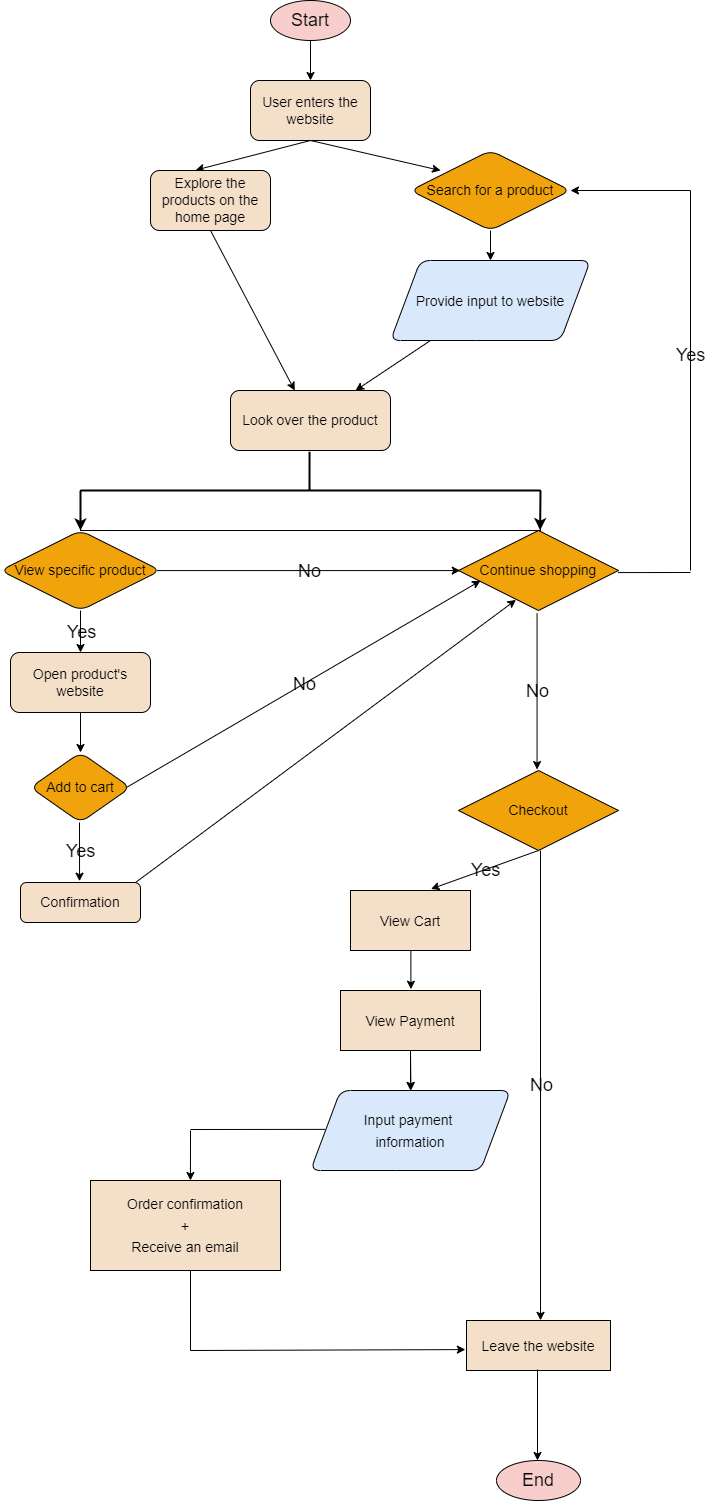
The draw.io diagram explore/diagramming/diagram.drawio.png in minhnhat1901/sp23-cse110-lab4, before a commit. Source tidied: cells renumbered, new cells last; positions are measured from the earlier drawing's top-left corner, leaving out a move shared by most shapes.
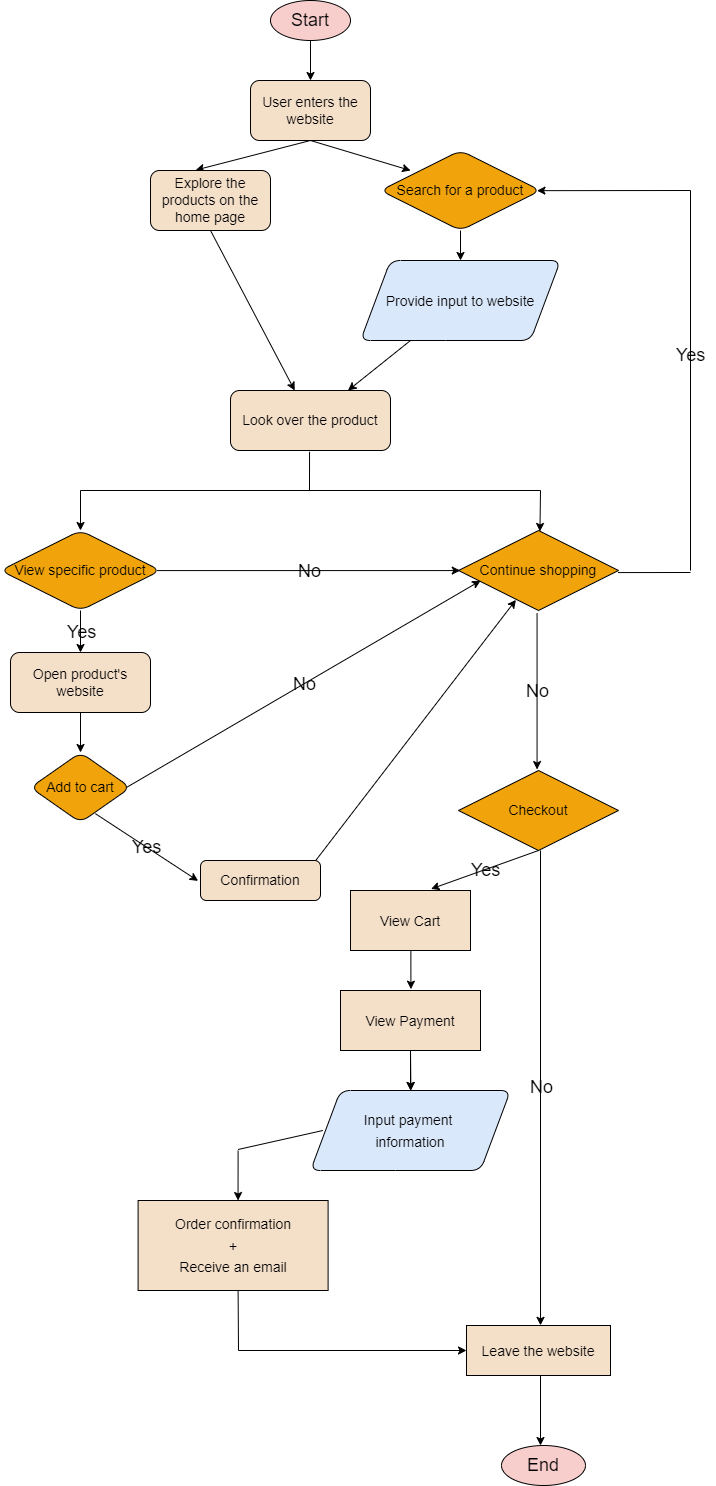
After the commit.

The edit, as a diff of the source:
```diff
@@ -18,7 +18,7 @@
       <mxGeometry x="250" y="80" width="120" height="60" as="geometry" />
     </mxCell>
     <mxCell id="6" value="&lt;font style=&quot;font-size: 14px;&quot; color=&quot;#000000&quot;&gt;Search for a product&lt;/font&gt;" style="rhombus;whiteSpace=wrap;html=1;rounded=1;strokeColor=#000000;fontFamily=Helvetica;fontSize=12;fontColor=#000000;fillColor=#f0a30a;" parent="1" vertex="1">
-      <mxGeometry x="410" y="150" width="160" height="80" as="geometry" />
+      <mxGeometry x="380" y="150" width="160" height="80" as="geometry" />
     </mxCell>
     <mxCell id="7" style="endArrow=classic;html=1;strokeColor=#000000;fontFamily=Helvetica;fontSize=12;fontColor=#000000;exitX=0.5;exitY=1;exitDx=0;exitDy=0;entryX=0.5;entryY=0;entryDx=0;entryDy=0;rounded=1;" parent="1" edge="1" source="6" target="9">
       <mxGeometry relative="1" as="geometry" />
@@ -27,7 +27,7 @@
       <mxGeometry relative="1" as="geometry" />
     </mxCell>
     <mxCell id="9" value="&lt;font color=&quot;#000000&quot; style=&quot;font-size: 14px;&quot;&gt;Provide input to website&lt;/font&gt;" style="shape=parallelogram;perimeter=parallelogramPerimeter;whiteSpace=wrap;html=1;fixedSize=1;rounded=1;strokeColor=#000000;fontFamily=Helvetica;fontSize=18;fillColor=#dae8fc;shadow=0;size=30;" parent="1" vertex="1">
-      <mxGeometry x="390" y="260" width="200" height="80" as="geometry" />
+      <mxGeometry x="360" y="260" width="200" height="80" as="geometry" />
     </mxCell>
     <mxCell id="10" style="endArrow=classic;html=1;strokeColor=#000000;fontFamily=Helvetica;fontSize=14;fontColor=#000000;entryX=0.377;entryY=-0.007;entryDx=0;entryDy=0;entryPerimeter=0;rounded=1;" parent="1" edge="1" target="21">
       <mxGeometry relative="1" as="geometry">
@@ -48,10 +48,8 @@
     <mxCell id="14" value="&lt;font style=&quot;font-size: 14px;&quot; color=&quot;#000000&quot;&gt;Add to cart&lt;/font&gt;" style="rhombus;whiteSpace=wrap;html=1;rounded=1;strokeColor=#000000;fontFamily=Helvetica;fontSize=12;fontColor=#000000;fillColor=#f0a30a;" parent="1" vertex="1">
       <mxGeometry x="30" y="752" width="100" height="70" as="geometry" />
     </mxCell>
-    <mxCell id="15" style="endArrow=classic;html=1;strokeColor=#000000;fontFamily=Helvetica;fontSize=12;fontColor=#000000;entryX=0.492;entryY=-0.033;entryDx=0;entryDy=0;entryPerimeter=0;rounded=1;" parent="1" edge="1" target="18">
-      <mxGeometry relative="1" as="geometry">
-        <mxPoint x="79" y="822" as="sourcePoint" />
-      </mxGeometry>
+    <mxCell id="15" style="endArrow=classic;html=1;strokeColor=#000000;fontFamily=Helvetica;fontSize=12;fontColor=#000000;entryX=-0.02;entryY=0.51;entryDx=0;entryDy=0;entryPerimeter=0;rounded=1;exitX=0.649;exitY=0.874;exitDx=0;exitDy=0;exitPerimeter=0;" parent="1" edge="1" source="14" target="18">
+      <mxGeometry relative="1" as="geometry" />
     </mxCell>
     <mxCell id="16" value="&lt;span style=&quot;&quot;&gt;&lt;font style=&quot;font-size: 18px;&quot;&gt;Yes&lt;/font&gt;&lt;/span&gt;" style="edgeLabel;html=1;align=center;verticalAlign=middle;rounded=1;strokeColor=#000000;fontFamily=Helvetica;fontSize=12;fontColor=#000000;fillColor=#f8cecc;labelBorderColor=none;labelBackgroundColor=none;" parent="15" vertex="1">
       <mxGeometry relative="1" as="geometry" />
@@ -60,7 +58,7 @@
       <mxGeometry relative="1" as="geometry" />
     </mxCell>
     <mxCell id="18" value="&lt;font color=&quot;#000000&quot;&gt;&lt;font style=&quot;font-size: 14px;&quot;&gt;Confirmation&lt;/font&gt;&lt;br&gt;&lt;/font&gt;" style="rounded=1;whiteSpace=wrap;html=1;shadow=0;glass=0;strokeColor=#000000;fillColor=#f4dfc8;fillStyle=solid;strokeWidth=1;" parent="1" vertex="1">
-      <mxGeometry x="20" y="882" width="120" height="40" as="geometry" />
+      <mxGeometry x="200" y="860" width="120" height="40" as="geometry" />
     </mxCell>
     <mxCell id="19" style="endArrow=classic;html=1;strokeColor=#000000;fontFamily=Helvetica;fontSize=12;fontColor=#000000;rounded=1;exitX=0.964;exitY=0.496;exitDx=0;exitDy=0;exitPerimeter=0;entryX=0.138;entryY=0.627;entryDx=0;entryDy=0;entryPerimeter=0;" parent="1" edge="1" source="14" target="26">
       <mxGeometry relative="1" as="geometry" />
@@ -86,6 +84,11 @@
     <mxCell id="25" value="&lt;font color=&quot;#000000&quot;&gt;&lt;font style=&quot;font-size: 14px;&quot;&gt;Open product's website&lt;/font&gt;&lt;br&gt;&lt;/font&gt;" style="rounded=1;whiteSpace=wrap;html=1;shadow=0;glass=0;strokeColor=#000000;fillColor=#f4dfc8;fillStyle=solid;strokeWidth=1;" parent="1" vertex="1">
       <mxGeometry x="10" y="652" width="140" height="60" as="geometry" />
     </mxCell>
+    <mxCell id="62" style="edgeStyle=none;html=1;strokeColor=#000000;strokeWidth=1;" parent="1" edge="1" source="26">
+      <mxGeometry relative="1" as="geometry">
+        <mxPoint x="538" y="530" as="targetPoint" />
+      </mxGeometry>
+    </mxCell>
     <mxCell id="26" value="&lt;font style=&quot;font-size: 14px;&quot; color=&quot;#000000&quot;&gt;Continue shopping&lt;/font&gt;" style="rhombus;whiteSpace=wrap;html=1;rounded=0;strokeColor=#000000;fontFamily=Helvetica;fontSize=12;fontColor=#000000;fillColor=#f0a30a;" parent="1" vertex="1">
       <mxGeometry x="458" y="530" width="160" height="80" as="geometry" />
     </mxCell>
@@ -109,43 +112,14 @@
         <mxPoint as="targetPoint" />
       </mxGeometry>
     </mxCell>
-    <mxCell id="32" style="endArrow=classic;html=1;rounded=1;strokeColor=#000000;" parent="29" edge="1">
+    <mxCell id="32" style="endArrow=classic;html=1;rounded=1;strokeColor=#000000;entryX=0.978;entryY=0.502;entryDx=0;entryDy=0;entryPerimeter=0;" parent="29" edge="1" target="6">
       <mxGeometry relative="1" as="geometry">
         <mxPoint as="sourcePoint" />
-        <mxPoint x="-120" as="targetPoint" />
       </mxGeometry>
     </mxCell>
     <mxCell id="33" value="&lt;font style=&quot;font-size: 18px;&quot; color=&quot;#000000&quot;&gt;Yes&lt;/font&gt;" style="text;html=1;align=center;verticalAlign=middle;strokeColor=none;fillColor=none;" parent="1" vertex="1">
       <mxGeometry x="665" y="335" width="50" height="40" as="geometry" />
     </mxCell>
-    <mxCell id="34" style="group;strokeWidth=1;strokeColor=default;" parent="1" vertex="1">
-      <mxGeometry x="80" y="490" width="460" height="40" as="geometry" />
-    </mxCell>
-    <mxCell id="35" style="endArrow=none;html=1;strokeColor=#000000;fontFamily=Helvetica;fontSize=14;fontColor=#000000;entryX=0.494;entryY=1.021;entryDx=0;entryDy=0;entryPerimeter=0;strokeWidth=2;rounded=1;" parent="34" edge="1" target="12">
-      <mxGeometry relative="1" as="geometry">
-        <mxPoint x="229" as="sourcePoint" />
-      </mxGeometry>
-    </mxCell>
-    <mxCell id="36" style="group;" parent="34" vertex="1">
-      <mxGeometry width="460" height="40" as="geometry" />
-    </mxCell>
-    <mxCell id="37" style="endArrow=none;html=1;strokeColor=#000000;fontFamily=Helvetica;fontSize=14;fontColor=#000000;strokeWidth=2;rounded=1;" parent="36" edge="1">
-      <mxGeometry relative="1" as="geometry">
-        <mxPoint as="sourcePoint" />
-        <mxPoint x="460" as="targetPoint" />
-      </mxGeometry>
-    </mxCell>
-    <mxCell id="38" style="endArrow=classic;html=1;strokeColor=#000000;strokeWidth=2;fontFamily=Helvetica;fontSize=14;fontColor=#000000;rounded=1;" parent="36" edge="1">
-      <mxGeometry relative="1" as="geometry">
-        <mxPoint as="sourcePoint" />
-        <mxPoint y="40" as="targetPoint" />
-      </mxGeometry>
-    </mxCell>
-    <mxCell id="39" style="endArrow=classic;html=1;strokeColor=#000000;strokeWidth=2;fontFamily=Helvetica;fontSize=14;fontColor=#000000;rounded=1;entryX=0.51;entryY=-0.004;entryDx=0;entryDy=0;entryPerimeter=0;" parent="36" edge="1" target="26">
-      <mxGeometry relative="1" as="geometry">
-        <mxPoint x="460" as="sourcePoint" />
-      </mxGeometry>
-    </mxCell>
     <mxCell id="40" value="&lt;font style=&quot;font-size: 14px;&quot; color=&quot;#000000&quot;&gt;Checkout&lt;/font&gt;" style="rhombus;whiteSpace=wrap;html=1;rounded=0;strokeColor=#000000;fontFamily=Helvetica;fontSize=12;fontColor=#000000;fillColor=#f0a30a;strokeWidth=1;" parent="1" vertex="1">
       <mxGeometry x="458" y="770" width="160" height="80" as="geometry" />
     </mxCell>
@@ -184,12 +158,12 @@
       </mxGeometry>
     </mxCell>
     <mxCell id="51" value="&lt;font color=&quot;#000000&quot;&gt;&lt;font style=&quot;font-size: 14px;&quot;&gt;&lt;font style=&quot;&quot;&gt;Order confirmation&lt;br&gt;&lt;/font&gt;+&lt;br&gt;Receive an email&lt;/font&gt;&lt;br&gt;&lt;/font&gt;" style="rounded=0;whiteSpace=wrap;html=1;shadow=0;glass=0;strokeColor=#000000;fillColor=#f4dfc8;fillStyle=solid;strokeWidth=1;fontSize=18;fontColor=#000000;" parent="1" vertex="1">
-      <mxGeometry x="90" y="1180" width="190" height="90" as="geometry" />
+      <mxGeometry x="137.6" y="1200" width="190" height="90" as="geometry" />
     </mxCell>
     <mxCell id="52" style="group;" parent="1" vertex="1">
-      <mxGeometry x="190" y="1129" height="1" as="geometry" />
+      <mxGeometry x="237.6" y="1149" height="1" as="geometry" />
     </mxCell>
-    <mxCell id="53" style="endArrow=none;html=1;rounded=1;strokeColor=#000000;fontSize=14;fontColor=#000000;entryX=0.072;entryY=0.486;entryDx=0;entryDy=0;entryPerimeter=0;" parent="52" edge="1" target="49">
+    <mxCell id="53" style="endArrow=none;html=1;rounded=1;strokeColor=#000000;fontSize=14;fontColor=#000000;entryX=0.062;entryY=0.5;entryDx=0;entryDy=0;entryPerimeter=0;" parent="52" edge="1" target="49">
       <mxGeometry relative="1" as="geometry">
         <mxPoint as="sourcePoint" />
       </mxGeometry>
@@ -208,27 +182,49 @@
       <mxGeometry relative="1" as="geometry" />
     </mxCell>
     <mxCell id="57" value="&lt;font color=&quot;#000000&quot;&gt;&lt;span style=&quot;font-size: 14px;&quot;&gt;Leave the website&lt;/span&gt;&lt;br&gt;&lt;/font&gt;" style="rounded=0;whiteSpace=wrap;html=1;shadow=0;glass=0;strokeColor=#000000;fillColor=#f4dfc8;fillStyle=solid;strokeWidth=1;fontSize=18;fontColor=#000000;" parent="1" vertex="1">
-      <mxGeometry x="466" y="1320" width="144" height="50" as="geometry" />
+      <mxGeometry x="466" y="1325" width="144" height="50" as="geometry" />
     </mxCell>
-    <mxCell id="58" style="endArrow=classic;html=1;rounded=1;strokeColor=#000000;fontSize=14;fontColor=#000000;entryX=-0.008;entryY=0.582;entryDx=0;entryDy=0;entryPerimeter=0;" parent="1" edge="1" target="57">
+    <mxCell id="58" style="endArrow=classic;html=1;rounded=1;strokeColor=#000000;fontSize=14;fontColor=#000000;" parent="1" edge="1" target="57">
       <mxGeometry relative="1" as="geometry">
-        <mxPoint x="190" y="1350" as="sourcePoint" />
+        <mxPoint x="238" y="1350" as="sourcePoint" />
       </mxGeometry>
     </mxCell>
     <mxCell id="59" style="endArrow=none;html=1;rounded=1;strokeColor=#000000;fontSize=14;fontColor=#000000;" parent="1" edge="1">
       <mxGeometry relative="1" as="geometry">
-        <mxPoint x="190" y="1350" as="sourcePoint" />
-        <mxPoint x="190" y="1270" as="targetPoint" />
+        <mxPoint x="238" y="1350" as="sourcePoint" />
+        <mxPoint x="237.6" y="1290" as="targetPoint" />
       </mxGeometry>
     </mxCell>
     <mxCell id="60" style="endArrow=classic;html=1;rounded=1;strokeColor=#000000;fontSize=14;fontColor=#000000;" parent="1" edge="1">
       <mxGeometry relative="1" as="geometry">
-        <mxPoint x="537" y="1369" as="sourcePoint" />
-        <mxPoint x="537" y="1460" as="targetPoint" />
+        <mxPoint x="540" y="1375" as="sourcePoint" />
+        <mxPoint x="540" y="1445" as="targetPoint" />
       </mxGeometry>
     </mxCell>
     <mxCell id="61" value="&lt;font color=&quot;#000000&quot; style=&quot;&quot;&gt;&lt;font style=&quot;font-size: 18px;&quot;&gt;End&lt;/font&gt;&lt;br&gt;&lt;/font&gt;" style="ellipse;whiteSpace=wrap;html=1;rounded=0;fillColor=#f8cecc;strokeColor=#000000;strokeWidth=1;fontSize=14;fontColor=#000000;" parent="1" vertex="1">
-      <mxGeometry x="496" y="1460" width="84" height="40" as="geometry" />
+      <mxGeometry x="501" y="1445" width="84" height="40" as="geometry" />
     </mxCell>
+    <mxCell id="35" style="endArrow=none;html=1;strokeColor=#000000;fontFamily=Helvetica;fontSize=14;fontColor=#000000;entryX=0.494;entryY=1.021;entryDx=0;entryDy=0;entryPerimeter=0;strokeWidth=1;rounded=1;" parent="1" edge="1" target="12">
+      <mxGeometry relative="1" as="geometry">
+        <mxPoint x="309" y="490" as="sourcePoint" />
+      </mxGeometry>
+    </mxCell>
+    <mxCell id="63" style="endArrow=none;html=1;strokeColor=#000000;" parent="1" edge="1">
+      <mxGeometry relative="1" as="geometry">
+        <mxPoint x="80" y="490" as="sourcePoint" />
+        <mxPoint x="540" y="490" as="targetPoint" />
+      </mxGeometry>
+    </mxCell>
+    <mxCell id="64" style="endArrow=classic;html=1;strokeColor=#000000;strokeWidth=1;" parent="1" edge="1">
+      <mxGeometry relative="1" as="geometry">
+        <mxPoint x="80" y="490" as="sourcePoint" />
+        <mxPoint x="80" y="530" as="targetPoint" />
+      </mxGeometry>
+    </mxCell>
+    <mxCell id="65" style="endArrow=classic;html=1;strokeColor=#000000;strokeWidth=1;entryX=0.509;entryY=0.012;entryDx=0;entryDy=0;entryPerimeter=0;" parent="1" edge="1" target="26">
+      <mxGeometry relative="1" as="geometry">
+        <mxPoint x="540" y="490" as="sourcePoint" />
+      </mxGeometry>
+    </mxCell>
   </root>
 </mxGraphModel>
```
